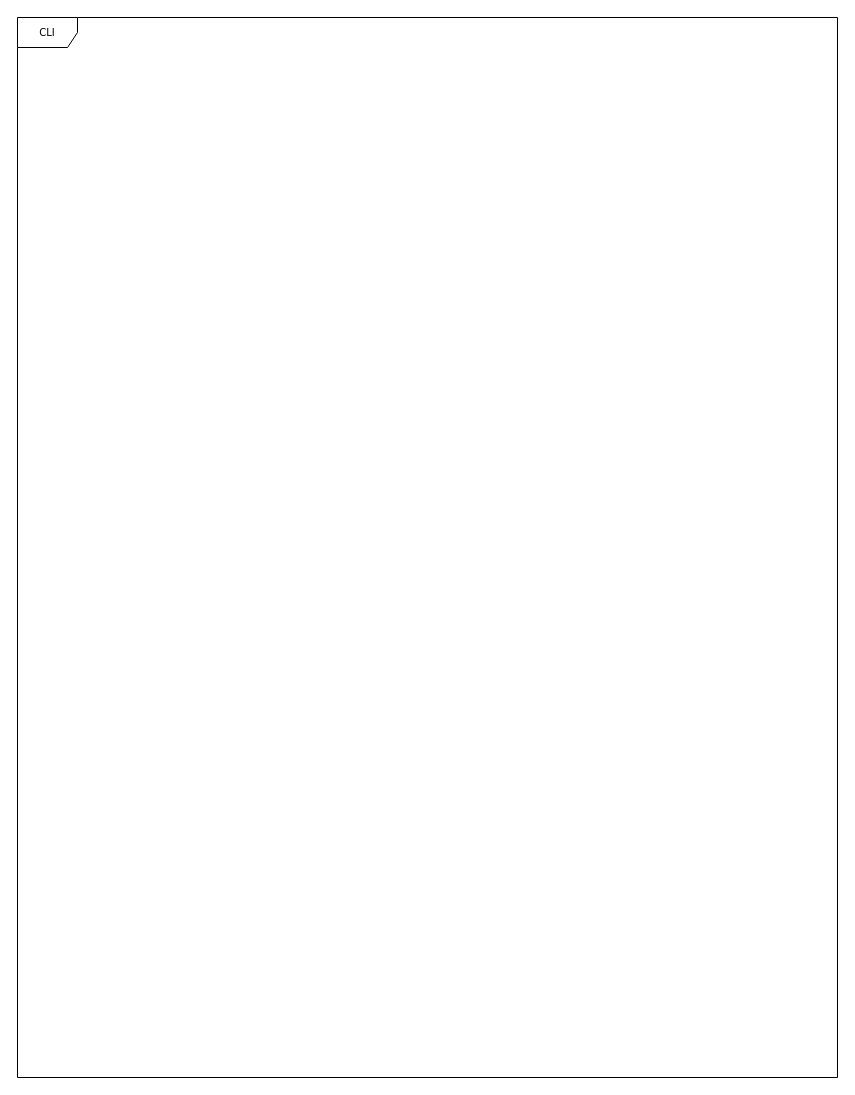
Earlier version of the draw.io diagram cli-class_scheme.drawio (kgamora/cli-itmo-sd-2023). Source tidied: cells renumbered, new cells numbered last; positions are measured from the earlier drawing's top-left corner, leaving out a move shared by most shapes. Both pictures are drawn from the tidied source at 100%, with x=0, y=0 at pixel (17, 17).
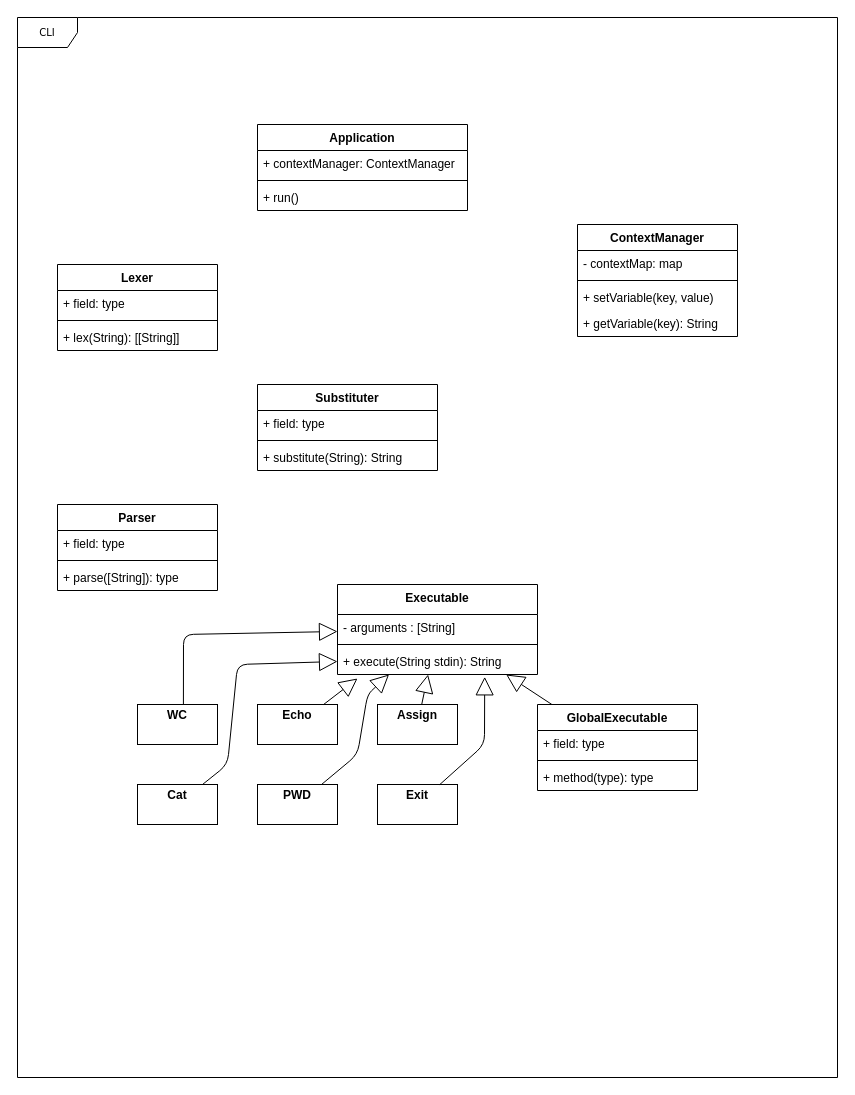
Above is the later version.

Commit message:
Выделены основные классы CLI

What changed in the source:
```diff
@@
+    <mxCell id="3" value="ContextManager" style="swimlane;fontStyle=1;align=center;verticalAlign=top;horizontal=1;startSize=26;" parent="1" vertex="1">
+      <mxGeometry x="560" y="207" width="160" height="112" as="geometry" />
+    </mxCell>
+    <mxCell id="4" value="- contextMap: map" style="text;strokeColor=none;fillColor=none;align=left;verticalAlign=top;spacingLeft=4;spacingRight=4;overflow=hidden;" parent="3" vertex="1">
+      <mxGeometry y="26" width="160" height="26" as="geometry" />
+    </mxCell>
+    <mxCell id="5" style="line;strokeWidth=1;fillColor=none;align=left;verticalAlign=middle;spacingTop=-1;spacingLeft=3;spacingRight=3;labelPosition=right;strokeColor=inherit;" parent="3" vertex="1">
+      <mxGeometry y="52" width="160" height="8" as="geometry" />
+    </mxCell>
+    <mxCell id="6" value="+ setVariable(key, value)" style="text;strokeColor=none;fillColor=none;align=left;verticalAlign=top;spacingLeft=4;spacingRight=4;overflow=hidden;" parent="3" vertex="1">
+      <mxGeometry y="60" width="160" height="26" as="geometry" />
+    </mxCell>
+    <mxCell id="7" value="+ getVariable(key): String" style="text;strokeColor=none;fillColor=none;align=left;verticalAlign=top;spacingLeft=4;spacingRight=4;overflow=hidden;" parent="3" vertex="1">
+      <mxGeometry y="86" width="160" height="26" as="geometry" />
+    </mxCell>
+    <mxCell id="8" value="Application" style="swimlane;fontStyle=1;align=center;verticalAlign=top;horizontal=1;startSize=26;" parent="1" vertex="1">
+      <mxGeometry x="240" y="107" width="210" height="86" as="geometry" />
+    </mxCell>
+    <mxCell id="9" value="+ contextManager: ContextManager" style="text;strokeColor=none;fillColor=none;align=left;verticalAlign=top;spacingLeft=4;spacingRight=4;overflow=hidden;" parent="8" vertex="1">
+      <mxGeometry y="26" width="210" height="26" as="geometry" />
+    </mxCell>
+    <mxCell id="10" style="line;strokeWidth=1;fillColor=none;align=left;verticalAlign=middle;spacingTop=-1;spacingLeft=3;spacingRight=3;labelPosition=right;strokeColor=inherit;" parent="8" vertex="1">
+      <mxGeometry y="52" width="210" height="8" as="geometry" />
+    </mxCell>
+    <mxCell id="11" value="+ run()" style="text;strokeColor=none;fillColor=none;align=left;verticalAlign=top;spacingLeft=4;spacingRight=4;overflow=hidden;" parent="8" vertex="1">
+      <mxGeometry y="60" width="210" height="26" as="geometry" />
+    </mxCell>
+    <mxCell id="12" value="Lexer" style="swimlane;fontStyle=1;align=center;verticalAlign=top;horizontal=1;startSize=26;" parent="1" vertex="1">
+      <mxGeometry x="40" y="247" width="160" height="86" as="geometry" />
+    </mxCell>
+    <mxCell id="13" value="+ field: type" style="text;strokeColor=none;fillColor=none;align=left;verticalAlign=top;spacingLeft=4;spacingRight=4;overflow=hidden;" parent="12" vertex="1">
+      <mxGeometry y="26" width="160" height="26" as="geometry" />
+    </mxCell>
+    <mxCell id="14" style="line;strokeWidth=1;fillColor=none;align=left;verticalAlign=middle;spacingTop=-1;spacingLeft=3;spacingRight=3;labelPosition=right;strokeColor=inherit;" parent="12" vertex="1">
+      <mxGeometry y="52" width="160" height="8" as="geometry" />
+    </mxCell>
+    <mxCell id="15" value="+ lex(String): [[String]]" style="text;strokeColor=none;fillColor=none;align=left;verticalAlign=top;spacingLeft=4;spacingRight=4;overflow=hidden;" parent="12" vertex="1">
+      <mxGeometry y="60" width="160" height="26" as="geometry" />
+    </mxCell>
+    <mxCell id="16" value="Substituter" style="swimlane;fontStyle=1;align=center;verticalAlign=top;horizontal=1;startSize=26;" parent="1" vertex="1">
+      <mxGeometry x="240" y="367" width="180" height="86" as="geometry" />
+    </mxCell>
+    <mxCell id="17" value="+ field: type" style="text;strokeColor=none;fillColor=none;align=left;verticalAlign=top;spacingLeft=4;spacingRight=4;overflow=hidden;" parent="16" vertex="1">
+      <mxGeometry y="26" width="180" height="26" as="geometry" />
+    </mxCell>
+    <mxCell id="18" style="line;strokeWidth=1;fillColor=none;align=left;verticalAlign=middle;spacingTop=-1;spacingLeft=3;spacingRight=3;labelPosition=right;strokeColor=inherit;" parent="16" vertex="1">
+      <mxGeometry y="52" width="180" height="8" as="geometry" />
+    </mxCell>
+    <mxCell id="19" value="+ substitute(String): String" style="text;strokeColor=none;fillColor=none;align=left;verticalAlign=top;spacingLeft=4;spacingRight=4;overflow=hidden;" parent="16" vertex="1">
+      <mxGeometry y="60" width="180" height="26" as="geometry" />
+    </mxCell>
+    <mxCell id="20" value="Parser" style="swimlane;fontStyle=1;align=center;verticalAlign=top;horizontal=1;startSize=26;" parent="1" vertex="1">
+      <mxGeometry x="40" y="487" width="160" height="86" as="geometry" />
+    </mxCell>
+    <mxCell id="21" value="+ field: type" style="text;strokeColor=none;fillColor=none;align=left;verticalAlign=top;spacingLeft=4;spacingRight=4;overflow=hidden;" parent="20" vertex="1">
+      <mxGeometry y="26" width="160" height="26" as="geometry" />
+    </mxCell>
+    <mxCell id="22" style="line;strokeWidth=1;fillColor=none;align=left;verticalAlign=middle;spacingTop=-1;spacingLeft=3;spacingRight=3;labelPosition=right;strokeColor=inherit;" parent="20" vertex="1">
+      <mxGeometry y="52" width="160" height="8" as="geometry" />
+    </mxCell>
+    <mxCell id="23" value="+ parse([String]): type" style="text;strokeColor=none;fillColor=none;align=left;verticalAlign=top;spacingLeft=4;spacingRight=4;overflow=hidden;" parent="20" vertex="1">
+      <mxGeometry y="60" width="160" height="26" as="geometry" />
+    </mxCell>
+    <mxCell id="24" value="Executable" style="swimlane;fontStyle=1;align=center;verticalAlign=top;horizontal=1;startSize=30;" parent="1" vertex="1">
+      <mxGeometry x="320" y="567" width="200" height="90" as="geometry" />
+    </mxCell>
+    <mxCell id="25" value="- arguments : [String]" style="text;strokeColor=none;fillColor=none;align=left;verticalAlign=top;spacingLeft=4;spacingRight=4;overflow=hidden;" parent="24" vertex="1">
+      <mxGeometry y="30" width="200" height="26" as="geometry" />
+    </mxCell>
+    <mxCell id="26" style="line;strokeWidth=1;fillColor=none;align=left;verticalAlign=middle;spacingTop=-1;spacingLeft=3;spacingRight=3;labelPosition=right;strokeColor=inherit;" parent="24" vertex="1">
+      <mxGeometry y="56" width="200" height="8" as="geometry" />
+    </mxCell>
+    <mxCell id="27" value="+ execute(String stdin): String" style="text;strokeColor=none;fillColor=none;align=left;verticalAlign=top;spacingLeft=4;spacingRight=4;overflow=hidden;points=[[0,0.5],[1,0.5]];portConstraint=eastwest;" parent="24" vertex="1">
+      <mxGeometry y="64" width="200" height="26" as="geometry" />
+    </mxCell>
+    <mxCell id="28" value="&lt;p style=&quot;margin:0px;margin-top:4px;text-align:center;&quot;&gt;&lt;b&gt;WC&lt;/b&gt;&lt;/p&gt;" style="verticalAlign=top;align=left;overflow=fill;fontSize=12;fontFamily=Helvetica;html=1;" parent="1" vertex="1">
+      <mxGeometry x="120" y="687" width="80" height="40" as="geometry" />
+    </mxCell>
+    <mxCell id="29" value="&lt;p style=&quot;margin:0px;margin-top:4px;text-align:center;&quot;&gt;&lt;b&gt;Echo&lt;/b&gt;&lt;/p&gt;" style="verticalAlign=top;align=left;overflow=fill;fontSize=12;fontFamily=Helvetica;html=1;" parent="1" vertex="1">
+      <mxGeometry x="240" y="687" width="80" height="40" as="geometry" />
+    </mxCell>
+    <mxCell id="30" value="&lt;p style=&quot;margin:0px;margin-top:4px;text-align:center;&quot;&gt;&lt;b&gt;Cat&lt;/b&gt;&lt;/p&gt;" style="verticalAlign=top;align=left;overflow=fill;fontSize=12;fontFamily=Helvetica;html=1;" parent="1" vertex="1">
+      <mxGeometry x="120" y="767" width="80" height="40" as="geometry" />
+    </mxCell>
+    <mxCell id="31" value="&lt;p style=&quot;margin:0px;margin-top:4px;text-align:center;&quot;&gt;&lt;b&gt;PWD&lt;/b&gt;&lt;/p&gt;" style="verticalAlign=top;align=left;overflow=fill;fontSize=12;fontFamily=Helvetica;html=1;" parent="1" vertex="1">
+      <mxGeometry x="240" y="767" width="80" height="40" as="geometry" />
+    </mxCell>
+    <mxCell id="32" value="&lt;p style=&quot;margin:0px;margin-top:4px;text-align:center;&quot;&gt;&lt;b&gt;Exit&lt;/b&gt;&lt;/p&gt;" style="verticalAlign=top;align=left;overflow=fill;fontSize=12;fontFamily=Helvetica;html=1;" parent="1" vertex="1">
+      <mxGeometry x="360" y="767" width="80" height="40" as="geometry" />
+    </mxCell>
+    <mxCell id="33" value="&lt;p style=&quot;margin:0px;margin-top:4px;text-align:center;&quot;&gt;&lt;b&gt;Assign&lt;/b&gt;&lt;/p&gt;" style="verticalAlign=top;align=left;overflow=fill;fontSize=12;fontFamily=Helvetica;html=1;" parent="1" vertex="1">
+      <mxGeometry x="360" y="687" width="80" height="40" as="geometry" />
+    </mxCell>
+    <mxCell id="34" value="GlobalExecutable" style="swimlane;fontStyle=1;align=center;verticalAlign=top;horizontal=1;startSize=26;" parent="1" vertex="1">
+      <mxGeometry x="520" y="687" width="160" height="86" as="geometry" />
+    </mxCell>
+    <mxCell id="35" value="+ field: type" style="text;strokeColor=none;fillColor=none;align=left;verticalAlign=top;spacingLeft=4;spacingRight=4;overflow=hidden;" parent="34" vertex="1">
+      <mxGeometry y="26" width="160" height="26" as="geometry" />
+    </mxCell>
+    <mxCell id="36" style="line;strokeWidth=1;fillColor=none;align=left;verticalAlign=middle;spacingTop=-1;spacingLeft=3;spacingRight=3;labelPosition=right;strokeColor=inherit;" parent="34" vertex="1">
+      <mxGeometry y="52" width="160" height="8" as="geometry" />
+    </mxCell>
+    <mxCell id="37" value="+ method(type): type" style="text;strokeColor=none;fillColor=none;align=left;verticalAlign=top;spacingLeft=4;spacingRight=4;overflow=hidden;" parent="34" vertex="1">
+      <mxGeometry y="60" width="160" height="26" as="geometry" />
+    </mxCell>
+    <mxCell id="38" style="endArrow=block;endSize=16;endFill=0;html=1;strokeColor=default;exitX=0.574;exitY=-0.003;exitDx=0;exitDy=0;exitPerimeter=0;rounded=1;" parent="1" edge="1" source="28" target="24">
+      <mxGeometry relative="1" as="geometry">
+        <Array as="points">
+          <mxPoint x="166" y="617" />
+        </Array>
+      </mxGeometry>
+    </mxCell>
+    <mxCell id="39" style="endArrow=block;endSize=16;endFill=0;html=1;strokeColor=default;rounded=1;entryX=0;entryY=0.5;entryDx=0;entryDy=0;" parent="1" edge="1" source="30" target="27">
+      <mxGeometry relative="1" as="geometry">
+        <Array as="points">
+          <mxPoint x="210" y="747" />
+          <mxPoint x="220" y="647" />
+        </Array>
+      </mxGeometry>
+    </mxCell>
+    <mxCell id="40" style="endArrow=block;endSize=16;endFill=0;html=1;strokeColor=default;rounded=1;" parent="1" edge="1" source="29">
+      <mxGeometry relative="1" as="geometry">
+        <mxPoint x="340" y="661" as="targetPoint" />
+      </mxGeometry>
+    </mxCell>
+    <mxCell id="41" style="endArrow=block;endSize=16;endFill=0;html=1;strokeColor=default;rounded=1;" parent="1" edge="1" source="31" target="24">
+      <mxGeometry relative="1" as="geometry">
+        <Array as="points">
+          <mxPoint x="340" y="737" />
+          <mxPoint x="350" y="677" />
+        </Array>
+      </mxGeometry>
+    </mxCell>
+    <mxCell id="42" style="endArrow=block;endSize=16;endFill=0;html=1;strokeColor=default;rounded=1;" parent="1" edge="1" source="33" target="24">
+      <mxGeometry relative="1" as="geometry" />
+    </mxCell>
+    <mxCell id="43" style="endArrow=block;endSize=16;endFill=0;html=1;strokeColor=default;rounded=1;entryX=0.736;entryY=1.09;entryDx=0;entryDy=0;entryPerimeter=0;" parent="1" edge="1" source="32" target="27">
+      <mxGeometry relative="1" as="geometry">
+        <Array as="points">
+          <mxPoint x="467" y="727" />
+        </Array>
+      </mxGeometry>
+    </mxCell>
+    <mxCell id="44" style="endArrow=block;endSize=16;endFill=0;html=1;strokeColor=default;rounded=1;" parent="1" edge="1" source="34" target="24">
+      <mxGeometry relative="1" as="geometry" />
+    </mxCell>
```
